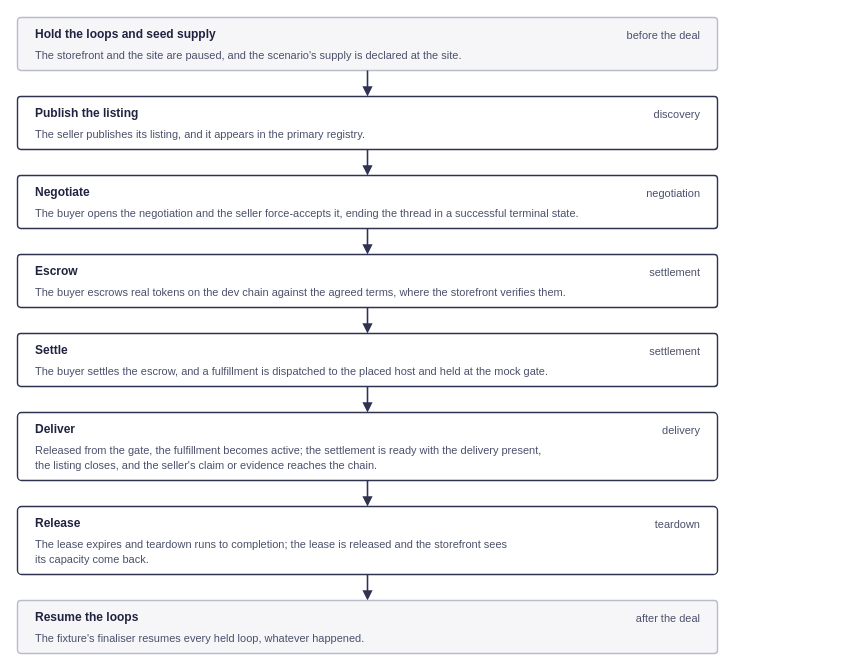
arkhai-io/simple-compute-market keeps this draw.io diagram as docs/development/diagrams/e2e-compute-deal.drawio. Above is the earlier version. Source tidied: cells renumbered, new cells numbered last; positions are measured from the earlier drawing's top-left corner, leaving out a move shared by most shapes. Both pictures are drawn from the tidied source at 100%, with x=0, y=0 at pixel (17, 17).
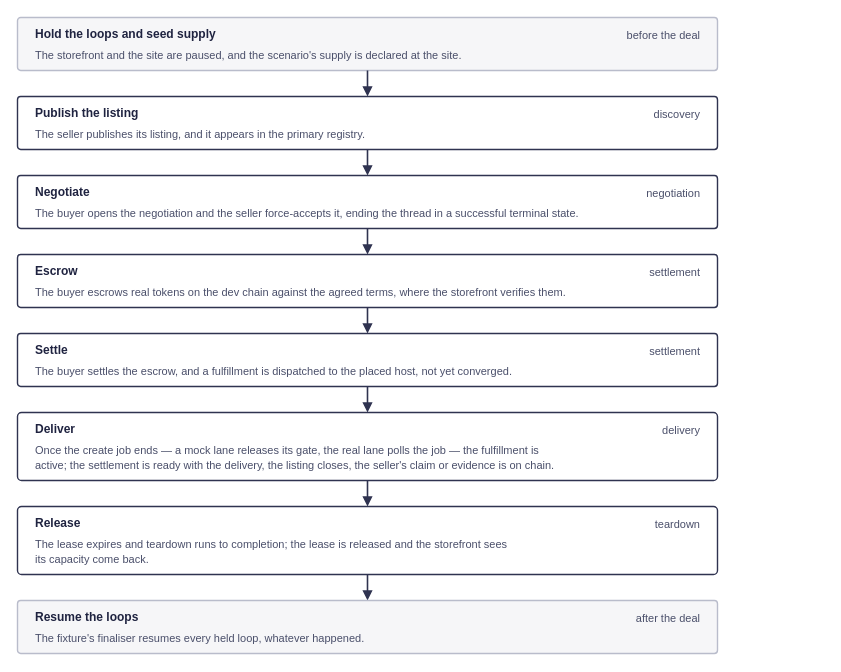
Above is the later version.

The edit, as a diff of the source:
```diff
@@
-    <mxCell id="25" value="The buyer settles the escrow, and a fulfillment is dispatched to the placed host and held at the mock gate." style="text;html=1;align=left;verticalAlign=middle;whiteSpace=nowrap;fontSize=11;fontColor=#4a4f6a;fontStyle=0;fontFamily=Helvetica;" parent="1" vertex="1">
+    <mxCell id="25" value="The buyer settles the escrow, and a fulfillment is dispatched to the placed host, not yet converged." style="text;html=1;align=left;verticalAlign=middle;whiteSpace=nowrap;fontSize=11;fontColor=#4a4f6a;fontStyle=0;fontFamily=Helvetica;" parent="1" vertex="1">
       <mxGeometry x="16" y="345" width="741.7" height="17" as="geometry" />
     </mxCell>
@@
-    <mxCell id="30" value="Released from the gate, the fulfillment becomes active; the settlement is ready with the delivery present," style="text;html=1;align=left;verticalAlign=middle;whiteSpace=nowrap;fontSize=11;fontColor=#4a4f6a;fontStyle=0;fontFamily=Helvetica;" parent="1" vertex="1">
+    <mxCell id="30" value="Once the create job ends — a mock lane releases its gate, the real lane polls the job — the fulfillment is" style="text;html=1;align=left;verticalAlign=middle;whiteSpace=nowrap;fontSize=11;fontColor=#4a4f6a;fontStyle=0;fontFamily=Helvetica;" parent="1" vertex="1">
       <mxGeometry x="16" y="424" width="734.9" height="17" as="geometry" />
     </mxCell>
-    <mxCell id="31" value="the listing closes, and the seller's claim or evidence reaches the chain." style="text;html=1;align=left;verticalAlign=middle;whiteSpace=nowrap;fontSize=11;fontColor=#4a4f6a;fontStyle=0;fontFamily=Helvetica;" parent="1" vertex="1">
+    <mxCell id="31" value="active; the settlement is ready with the delivery, the listing closes, the seller's claim or evidence is on chain." style="text;html=1;align=left;verticalAlign=middle;whiteSpace=nowrap;fontSize=11;fontColor=#4a4f6a;fontStyle=0;fontFamily=Helvetica;" parent="1" vertex="1">
       <mxGeometry x="16" y="439" width="509.9" height="17" as="geometry" />
     </mxCell>
```
